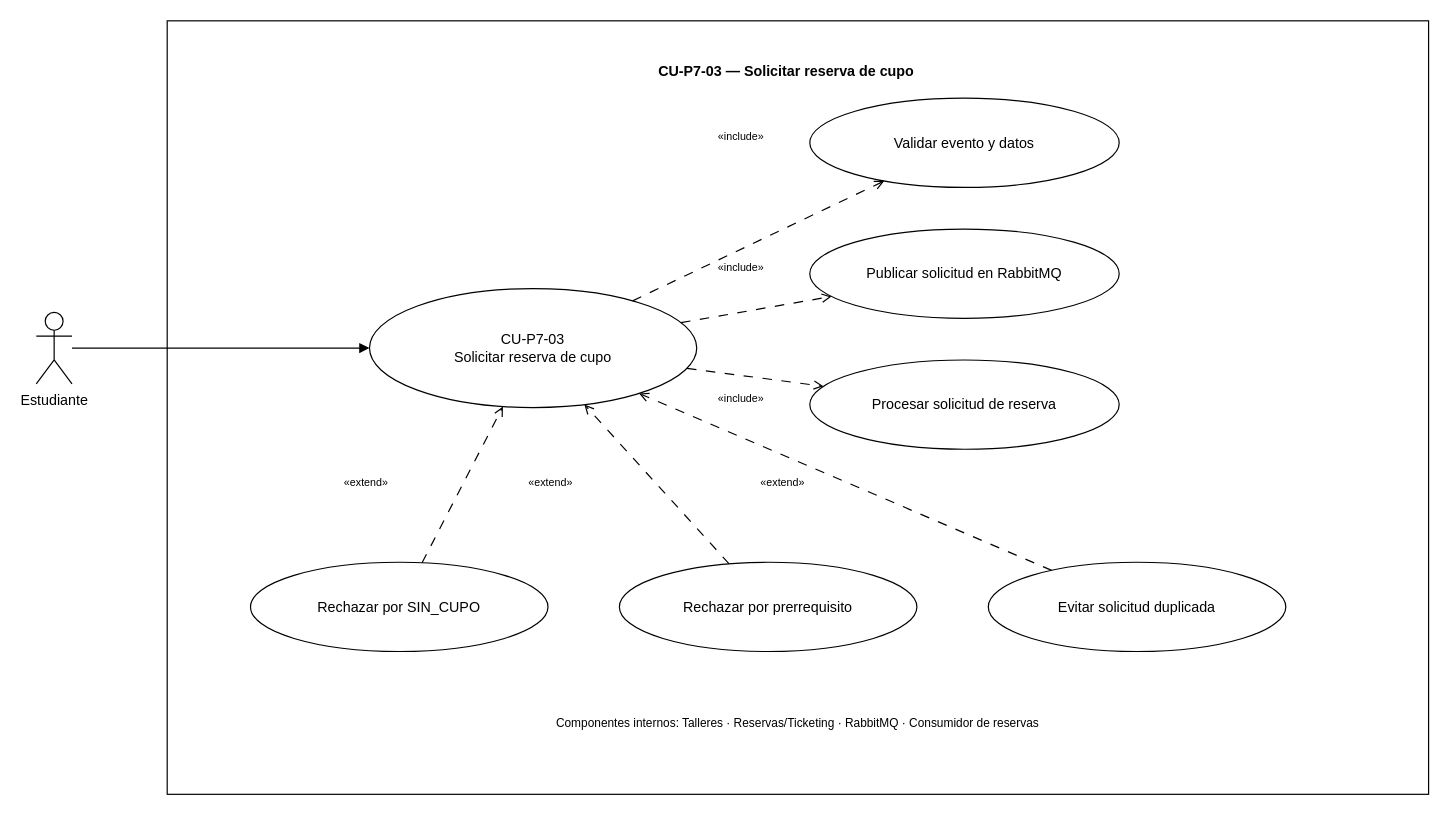
Earlier version of the draw.io diagram Documentacion/Practica7/CDU/CDU_Expandido_CUP7_03_202307691.drawio (thanya-gate/SA_PROYECTO_202307691). Source tidied: cells renumbered, new cells numbered last; positions are measured from the earlier drawing's top-left corner, leaving out a move shared by most shapes. Both pictures are drawn from the tidied source at 119%, with x=0, y=0 at pixel (36, 20).
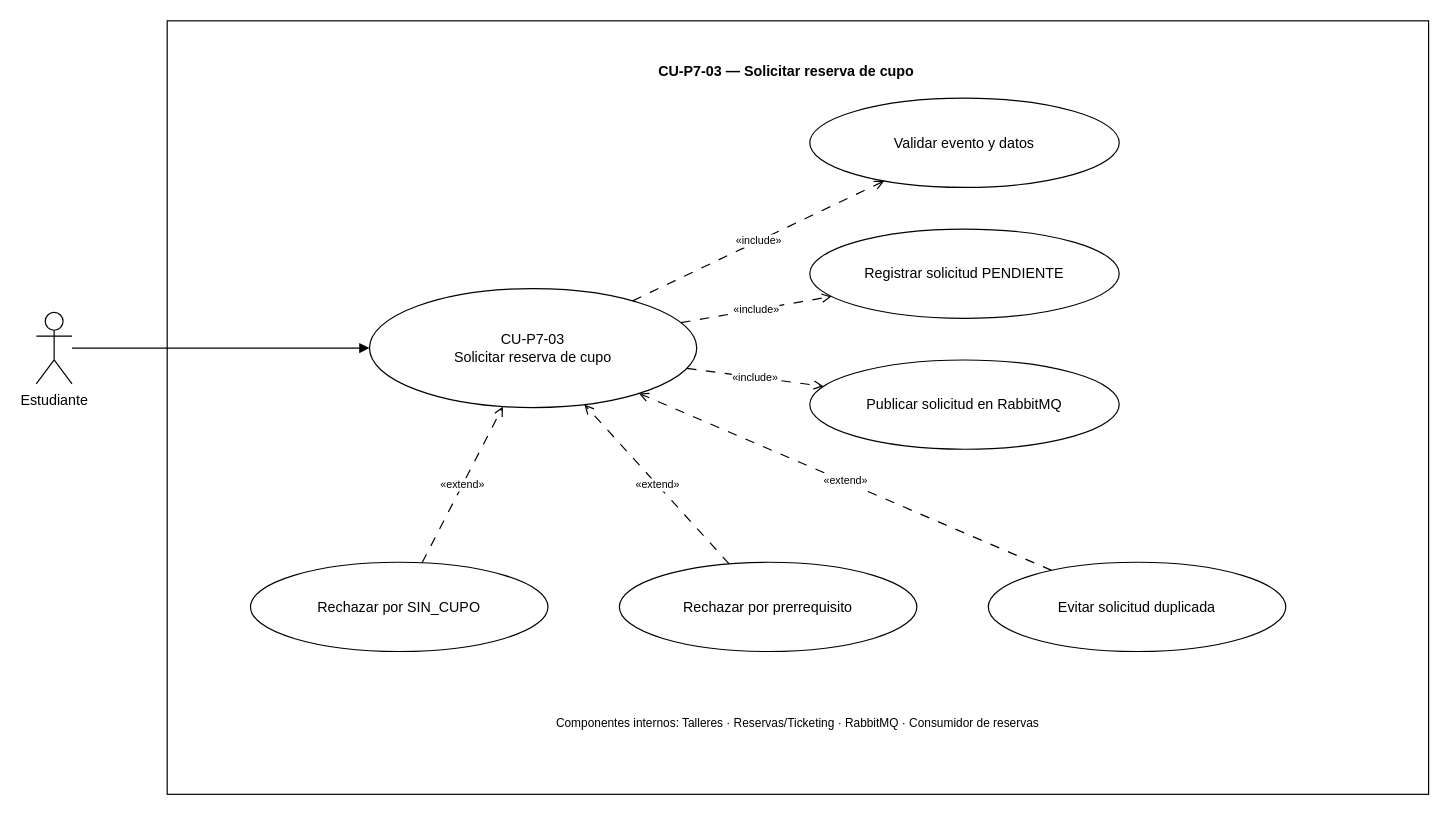
Above is the later version.

The change refers to these unchanged cells:
```xml
<mxCell id="5" value="CU-P7-03&lt;br&gt;Solicitar reserva de cupo" style="ellipse;whiteSpace=wrap;html=1;" parent="1" vertex="1">
  <mxGeometry x="280" y="225" width="275" height="100" as="geometry" />
</mxCell>
<mxCell id="6" value="Validar evento y datos" style="ellipse;whiteSpace=wrap;html=1;" parent="1" vertex="1">
  <mxGeometry x="650" y="65" width="260" height="75" as="geometry" />
</mxCell>
<mxCell id="9" value="Rechazar por SIN_CUPO" style="ellipse;whiteSpace=wrap;html=1;" parent="1" vertex="1">
  <mxGeometry x="180" y="455" width="250" height="75" as="geometry" />
</mxCell>
<mxCell id="10" value="Rechazar por prerrequisito" style="ellipse;whiteSpace=wrap;html=1;" parent="1" vertex="1">
  <mxGeometry x="490" y="455" width="250" height="75" as="geometry" />
</mxCell>
<mxCell id="11" value="Evitar solicitud duplicada" style="ellipse;whiteSpace=wrap;html=1;" parent="1" vertex="1">
  <mxGeometry x="800" y="455" width="250" height="75" as="geometry" />
</mxCell>
```

Change to the diagram source:
```diff
@@
+    <mxCell id="26" value="Registrar solicitud PENDIENTE" style="ellipse;whiteSpace=wrap;html=1;" parent="1" vertex="1">
+      <mxGeometry x="650" y="175" width="260" height="75" as="geometry" />
+    </mxCell>
     <mxCell id="7" value="Publicar solicitud en RabbitMQ" style="ellipse;whiteSpace=wrap;html=1;" parent="1" vertex="1">
-      <mxGeometry x="650" y="175" width="260" height="75" as="geometry" />
+      <mxGeometry x="650" y="285" width="260" height="75" as="geometry" />
     </mxCell>
-    <mxCell id="8" value="Procesar solicitud de reserva" style="ellipse;whiteSpace=wrap;html=1;" parent="1" vertex="1">
-      <mxGeometry x="650" y="285" width="260" height="75" as="geometry" />
-    </mxCell>
@@
-    <mxCell id="13" style="rounded=0;jettySize=auto;html=1;dashed=1;dashPattern=8 8;endArrow=open;endFill=0;" parent="1" edge="1" source="5" target="6">
+    <mxCell id="13" value="«include»" style="rounded=0;jettySize=auto;html=1;dashed=1;dashPattern=8 8;endArrow=open;endFill=0;fontSize=9;" parent="1" edge="1" source="5" target="6">
       <mxGeometry relative="1" as="geometry" />
     </mxCell>
-    <mxCell id="14" value="«include»" style="text;html=1;whiteSpace=wrap;strokeColor=none;fillColor=none;align=center;verticalAlign=middle;rounded=0;fontSize=9;" parent="1" vertex="1">
-      <mxGeometry x="545" y="85" width="95" height="25" as="geometry" />
-    </mxCell>
+    <mxCell id="27" value="«include»" style="rounded=0;jettySize=auto;html=1;dashed=1;dashPattern=8 8;endArrow=open;endFill=0;fontSize=9;" parent="1" edge="1" source="5" target="26">
+      <mxGeometry relative="1" as="geometry" />
+    </mxCell>
-    <mxCell id="15" style="rounded=0;jettySize=auto;html=1;dashed=1;dashPattern=8 8;endArrow=open;endFill=0;" parent="1" edge="1" source="5" target="7">
+    <mxCell id="15" value="«include»" style="rounded=0;jettySize=auto;html=1;dashed=1;dashPattern=8 8;endArrow=open;endFill=0;fontSize=9;" parent="1" edge="1" source="5" target="7">
       <mxGeometry relative="1" as="geometry" />
     </mxCell>
-    <mxCell id="16" value="«include»" style="text;html=1;whiteSpace=wrap;strokeColor=none;fillColor=none;align=center;verticalAlign=middle;rounded=0;fontSize=9;" parent="1" vertex="1">
-      <mxGeometry x="545" y="195" width="95" height="25" as="geometry" />
-    </mxCell>
-    <mxCell id="17" style="rounded=0;jettySize=auto;html=1;dashed=1;dashPattern=8 8;endArrow=open;endFill=0;" parent="1" edge="1" source="5" target="8">
-      <mxGeometry relative="1" as="geometry" />
-    </mxCell>
-    <mxCell id="18" value="«include»" style="text;html=1;whiteSpace=wrap;strokeColor=none;fillColor=none;align=center;verticalAlign=middle;rounded=0;fontSize=9;" parent="1" vertex="1">
-      <mxGeometry x="545" y="305" width="95" height="25" as="geometry" />
-    </mxCell>
-    <mxCell id="19" style="rounded=0;jettySize=auto;html=1;dashed=1;dashPattern=8 8;endArrow=open;endFill=0;" parent="1" edge="1" source="9" target="5">
+    <mxCell id="19" value="«extend»" style="rounded=0;jettySize=auto;html=1;dashed=1;dashPattern=8 8;endArrow=open;endFill=0;fontSize=9;" parent="1" edge="1" source="9" target="5">
       <mxGeometry relative="1" as="geometry" />
     </mxCell>
-    <mxCell id="20" value="«extend»" style="text;html=1;whiteSpace=wrap;strokeColor=none;fillColor=none;align=center;verticalAlign=middle;rounded=0;fontSize=9;" parent="1" vertex="1">
-      <mxGeometry x="230" y="375" width="95" height="25" as="geometry" />
-    </mxCell>
-    <mxCell id="21" style="rounded=0;jettySize=auto;html=1;dashed=1;dashPattern=8 8;endArrow=open;endFill=0;" parent="1" edge="1" source="10" target="5">
+    <mxCell id="21" value="«extend»" style="rounded=0;jettySize=auto;html=1;dashed=1;dashPattern=8 8;endArrow=open;endFill=0;fontSize=9;" parent="1" edge="1" source="10" target="5">
       <mxGeometry relative="1" as="geometry" />
     </mxCell>
-    <mxCell id="22" value="«extend»" style="text;html=1;whiteSpace=wrap;strokeColor=none;fillColor=none;align=center;verticalAlign=middle;rounded=0;fontSize=9;" parent="1" vertex="1">
-      <mxGeometry x="385" y="375" width="95" height="25" as="geometry" />
-    </mxCell>
-    <mxCell id="23" style="rounded=0;jettySize=auto;html=1;dashed=1;dashPattern=8 8;endArrow=open;endFill=0;" parent="1" edge="1" source="11" target="5">
+    <mxCell id="23" value="«extend»" style="rounded=0;jettySize=auto;html=1;dashed=1;dashPattern=8 8;endArrow=open;endFill=0;fontSize=9;" parent="1" edge="1" source="11" target="5">
       <mxGeometry relative="1" as="geometry" />
     </mxCell>
-    <mxCell id="24" value="«extend»" style="text;html=1;whiteSpace=wrap;strokeColor=none;fillColor=none;align=center;verticalAlign=middle;rounded=0;fontSize=9;" parent="1" vertex="1">
-      <mxGeometry x="580" y="375" width="95" height="25" as="geometry" />
-    </mxCell>
```
